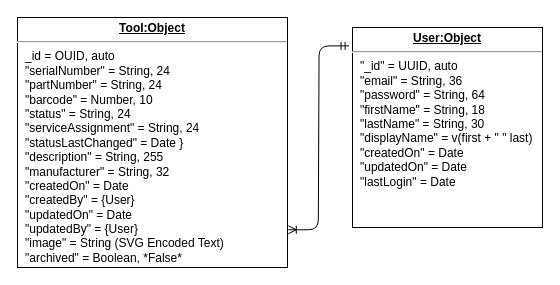
Earlier version of the draw.io diagram page "EntityRelation" (10 of 10) of initialDesign.drawio (DaveLuhman/toolkeeper). Source tidied: cells renumbered, new cells numbered last; positions are measured from the earlier drawing's top-left corner, leaving out a move shared by most shapes. Both pictures are drawn from the tidied source at 100%, with x=0, y=0 at pixel (17, 17).
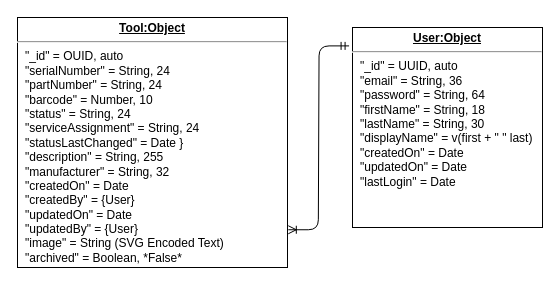
The same diagram, later.

Commit message:
Corrected JSON in ToolObject.EntityRelation

Change to the diagram source:
```diff
@@
 <mxGraphModel>
   <root>
     <mxCell id="0" />
     <mxCell id="1" parent="0" />
-    <mxCell id="2" value="&lt;p style=&quot;margin: 0px ; margin-top: 4px ; text-align: center ; text-decoration: underline&quot;&gt;&lt;b&gt;Tool:Object&lt;/b&gt;&lt;/p&gt;&lt;hr&gt;&lt;p style=&quot;margin: 0px ; margin-left: 8px&quot;&gt;_id = OUID, auto&lt;br&gt;&quot;serialNumber&quot; = String, 24&lt;br&gt;&quot;partNumber&quot; = String, 24&lt;/p&gt;&lt;p style=&quot;margin: 0px ; margin-left: 8px&quot;&gt;&quot;barcode&quot; = Number, 10&lt;/p&gt;&lt;p style=&quot;margin: 0px ; margin-left: 8px&quot;&gt;&quot;status&quot; = String, 24&lt;/p&gt;&lt;p style=&quot;margin: 0px ; margin-left: 8px&quot;&gt;&quot;serviceAssignment&quot; = String, 24&lt;/p&gt;&lt;p style=&quot;margin: 0px ; margin-left: 8px&quot;&gt;&quot;statusLastChanged&quot; = Date }&lt;br&gt;&lt;/p&gt;&lt;p style=&quot;margin: 0px ; margin-left: 8px&quot;&gt;&quot;description&quot; = String, 255&lt;/p&gt;&lt;p style=&quot;margin: 0px ; margin-left: 8px&quot;&gt;&quot;manufacturer&quot; = String, 32&lt;/p&gt;&lt;p style=&quot;margin: 0px ; margin-left: 8px&quot;&gt;&quot;createdOn&quot; = Date&lt;/p&gt;&lt;p style=&quot;margin: 0px ; margin-left: 8px&quot;&gt;&quot;createdBy&quot; = {User}&lt;/p&gt;&lt;p style=&quot;margin: 0px ; margin-left: 8px&quot;&gt;&quot;updatedOn&quot; = Date&lt;br&gt;&lt;/p&gt;&lt;p style=&quot;margin: 0px ; margin-left: 8px&quot;&gt;&quot;updatedBy&quot; = {User}&lt;/p&gt;&lt;p style=&quot;margin: 0px ; margin-left: 8px&quot;&gt;&quot;image&quot; = String (SVG Encoded Text)&lt;/p&gt;&lt;p style=&quot;margin: 0px ; margin-left: 8px&quot;&gt;&quot;archived&quot; = Boolean, *False*&lt;/p&gt;" style="verticalAlign=top;align=left;overflow=fill;fontSize=12;fontFamily=Helvetica;html=1;" parent="1" vertex="1">
+    <mxCell id="2" value="&lt;p style=&quot;margin: 0px ; margin-top: 4px ; text-align: center ; text-decoration: underline&quot;&gt;&lt;b&gt;Tool:Object&lt;/b&gt;&lt;/p&gt;&lt;hr&gt;&lt;p style=&quot;margin: 0px ; margin-left: 8px&quot;&gt;&quot;_id&quot; = OUID, auto&lt;br&gt;&quot;serialNumber&quot; = String, 24&lt;br&gt;&quot;partNumber&quot; = String, 24&lt;/p&gt;&lt;p style=&quot;margin: 0px ; margin-left: 8px&quot;&gt;&quot;barcode&quot; = Number, 10&lt;/p&gt;&lt;p style=&quot;margin: 0px ; margin-left: 8px&quot;&gt;&quot;status&quot; = String, 24&lt;/p&gt;&lt;p style=&quot;margin: 0px ; margin-left: 8px&quot;&gt;&quot;serviceAssignment&quot; = String, 24&lt;/p&gt;&lt;p style=&quot;margin: 0px ; margin-left: 8px&quot;&gt;&quot;statusLastChanged&quot; = Date }&lt;br&gt;&lt;/p&gt;&lt;p style=&quot;margin: 0px ; margin-left: 8px&quot;&gt;&quot;description&quot; = String, 255&lt;/p&gt;&lt;p style=&quot;margin: 0px ; margin-left: 8px&quot;&gt;&quot;manufacturer&quot; = String, 32&lt;/p&gt;&lt;p style=&quot;margin: 0px ; margin-left: 8px&quot;&gt;&quot;createdOn&quot; = Date&lt;/p&gt;&lt;p style=&quot;margin: 0px ; margin-left: 8px&quot;&gt;&quot;createdBy&quot; = {User}&lt;/p&gt;&lt;p style=&quot;margin: 0px ; margin-left: 8px&quot;&gt;&quot;updatedOn&quot; = Date&lt;br&gt;&lt;/p&gt;&lt;p style=&quot;margin: 0px ; margin-left: 8px&quot;&gt;&quot;updatedBy&quot; = {User}&lt;/p&gt;&lt;p style=&quot;margin: 0px ; margin-left: 8px&quot;&gt;&quot;image&quot; = String (SVG Encoded Text)&lt;/p&gt;&lt;p style=&quot;margin: 0px ; margin-left: 8px&quot;&gt;&quot;archived&quot; = Boolean, *False*&lt;/p&gt;" style="verticalAlign=top;align=left;overflow=fill;fontSize=12;fontFamily=Helvetica;html=1;" parent="1" vertex="1">
       <mxGeometry width="270" height="250" as="geometry" />
     </mxCell>
     <mxCell id="3" value="&lt;p style=&quot;margin: 0px ; margin-top: 4px ; text-align: center ; text-decoration: underline&quot;&gt;&lt;b&gt;User:Object&lt;/b&gt;&lt;/p&gt;&lt;hr&gt;&lt;p style=&quot;margin: 0px ; margin-left: 8px&quot;&gt;&quot;_id&quot; = UUID, auto&lt;br&gt;&quot;email&quot; = String, 36&lt;/p&gt;&lt;p style=&quot;margin: 0px ; margin-left: 8px&quot;&gt;&quot;password&quot; = String, 64&lt;br&gt;&quot;firstName&quot; = String, 18&lt;/p&gt;&lt;p style=&quot;margin: 0px ; margin-left: 8px&quot;&gt;&quot;lastName&quot; = String, 30&lt;/p&gt;&lt;p style=&quot;margin: 0px ; margin-left: 8px&quot;&gt;&quot;displayName&quot; = v(first + &quot; &quot; last)&lt;/p&gt;&lt;p style=&quot;margin: 0px ; margin-left: 8px&quot;&gt;&quot;createdOn&quot; = Date&lt;/p&gt;&lt;p style=&quot;margin: 0px ; margin-left: 8px&quot;&gt;&quot;updatedOn&quot; = Date&lt;br&gt;&lt;/p&gt;&lt;p style=&quot;margin: 0px ; margin-left: 8px&quot;&gt;&quot;lastLogin&quot; = Date&lt;/p&gt;" style="verticalAlign=top;align=left;overflow=fill;fontSize=12;fontFamily=Helvetica;html=1;" parent="1" vertex="1">
       <mxGeometry x="335" y="10" width="190" height="200" as="geometry" />
     </mxCell>
     <mxCell id="4" style="edgeStyle=entityRelationEdgeStyle;fontSize=12;html=1;endArrow=ERoneToMany;startArrow=ERmandOne;exitX=-0.018;exitY=0.092;exitDx=0;exitDy=0;exitPerimeter=0;entryX=1.003;entryY=0.849;entryDx=0;entryDy=0;entryPerimeter=0;" parent="1" edge="1" source="3" target="2">
       <mxGeometry relative="1" as="geometry" />
     </mxCell>
   </root>
 </mxGraphModel>
```
